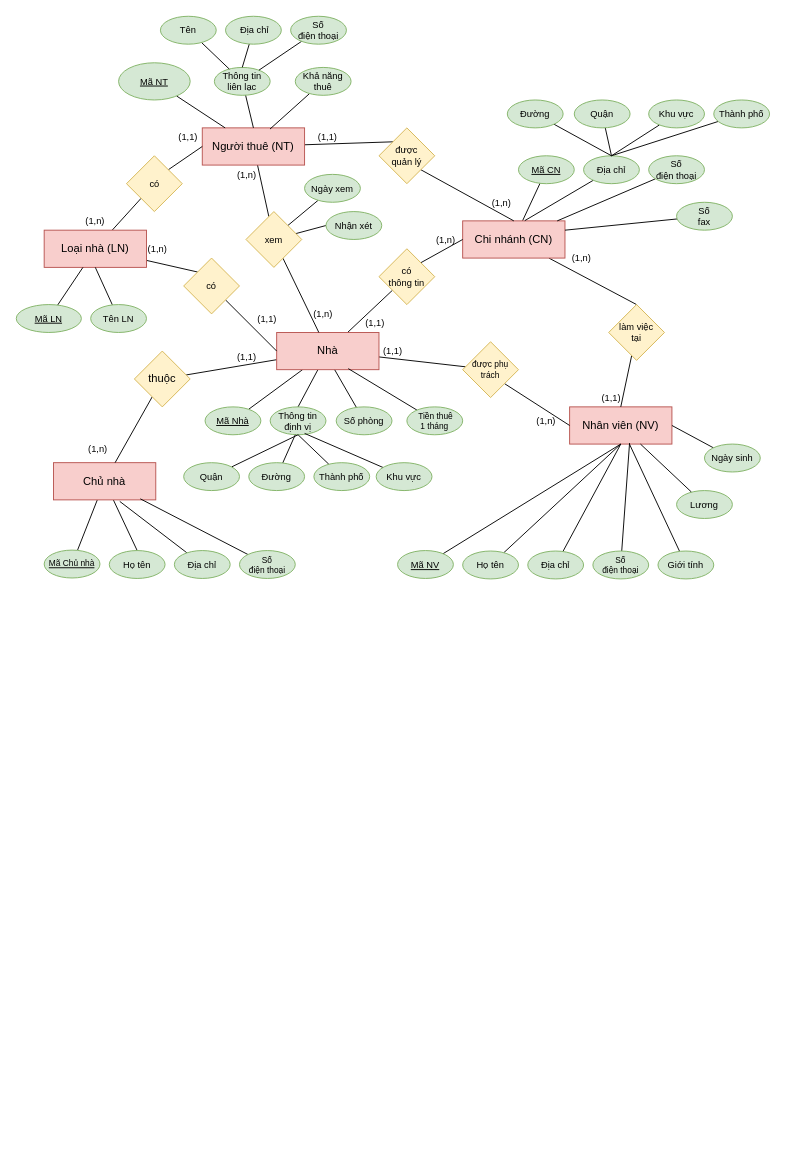
Above: EXERCISES/BTN.drawio in andytino/Documents-Database (draw.io), before the change. Source tidied: cells renumbered, new cells numbered last; positions are measured from the earlier drawing's top-left corner, leaving out a move shared by most shapes. Both pictures are drawn from the tidied source at 93%, with x=0, y=0 at pixel (16, 16).
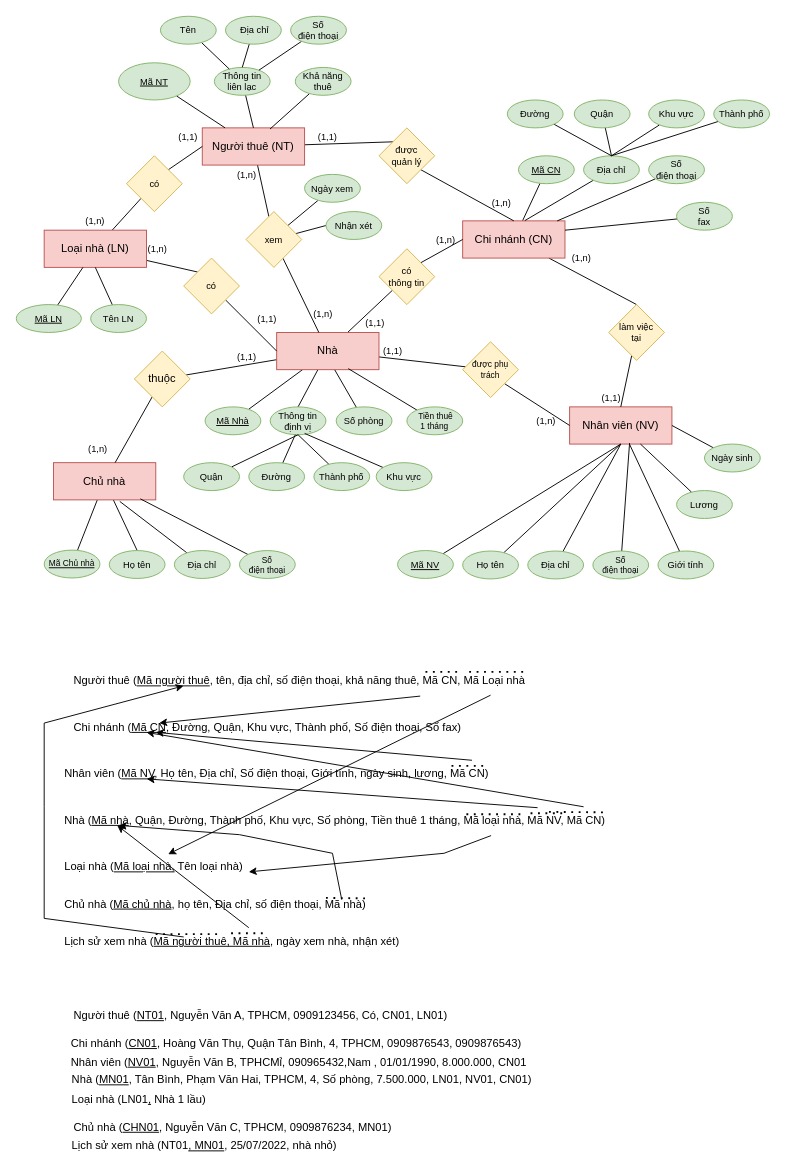
After the change.

Change to the diagram source:
```diff
@@
+    <mxCell id="122" value="Người thuê (&lt;u&gt;Mã người thuê&lt;/u&gt;, tên, địa chỉ, số điện thoại, khả năng thuê, Mã CN, Mã Loại nhà" style="text;html=1;align=left;verticalAlign=middle;points=[];strokeColor=none;fillColor=none;" parent="1" vertex="1">
+      <mxGeometry x="60" y="700" width="510" height="30" as="geometry" />
+    </mxCell>
+    <mxCell id="123" value="Chi nhánh (&lt;u&gt;Mã CN&lt;/u&gt;, Đường, Quận, Khu vực, Thành phố, Số điện thoại, Số fax)" style="text;html=1;align=left;verticalAlign=middle;points=[];strokeColor=none;fillColor=none;" parent="1" vertex="1">
+      <mxGeometry x="60" y="750" width="440" height="30" as="geometry" />
+    </mxCell>
+    <mxCell id="124" value="Nhân viên (&lt;u&gt;Mã NV&lt;/u&gt;, Họ tên, Địa chỉ, Số điện thoại, Giới tính, ngày sinh, lương, Mã CN)" style="text;html=1;align=left;verticalAlign=middle;points=[];strokeColor=none;fillColor=none;" parent="1" vertex="1">
+      <mxGeometry x="50" y="800" width="480" height="30" as="geometry" />
+    </mxCell>
+    <mxCell id="125" value="Nhà (&lt;u&gt;Mã nhà&lt;/u&gt;, Quận, Đường, Thành phố, Khu vực, Số phòng, Tiền thuê 1 tháng, Mã loại nhà, Mã NV, Mã CN)" style="text;html=1;align=left;verticalAlign=middle;points=[];strokeColor=none;fillColor=none;" parent="1" vertex="1">
+      <mxGeometry x="50" y="850" width="610" height="30" as="geometry" />
+    </mxCell>
+    <mxCell id="126" value="Chủ nhà (&lt;u&gt;Mã chủ nhà&lt;/u&gt;, họ tên, Địa chỉ, số điện thoại, Mã nhà)" style="text;html=1;align=left;verticalAlign=middle;strokeColor=none;fillColor=none;" parent="1" vertex="1">
+      <mxGeometry x="50" y="940" width="350" height="30" as="geometry" />
+    </mxCell>
+    <mxCell id="127" value="Loại nhà (&lt;u&gt;Mã loại nhà,&lt;/u&gt; Tên loại nhà)" style="text;html=1;align=left;verticalAlign=middle;points=[];strokeColor=none;fillColor=none;" parent="1" vertex="1">
+      <mxGeometry x="50" y="900" width="220" height="30" as="geometry" />
+    </mxCell>
+    <mxCell id="128" style="endArrow=none;dashed=1;html=1;dashPattern=1 3;strokeWidth=2;rounded=0;entryX=0.942;entryY=0.333;entryDx=0;entryDy=0;entryPerimeter=0;" parent="1" edge="1">
+      <mxGeometry relative="1" as="geometry">
+        <mxPoint x="484" y="858" as="sourcePoint" />
+        <mxPoint x="543.8" y="858" as="targetPoint" />
+      </mxGeometry>
+    </mxCell>
+    <mxCell id="129" style="endArrow=classic;html=1;rounded=0;entryX=0.909;entryY=0.667;entryDx=0;entryDy=0;entryPerimeter=0;exitX=0.755;exitY=1.033;exitDx=0;exitDy=0;exitPerimeter=0;" parent="1" edge="1" source="125" target="127">
+      <mxGeometry relative="1" as="geometry">
+        <Array as="points">
+          <mxPoint x="460" y="900" />
+        </Array>
+      </mxGeometry>
+    </mxCell>
+    <mxCell id="130" style="endArrow=none;dashed=1;html=1;dashPattern=1 3;strokeWidth=2;rounded=0;entryX=0.966;entryY=0.333;entryDx=0;entryDy=0;entryPerimeter=0;" parent="1" edge="1">
+      <mxGeometry relative="1" as="geometry">
+        <mxPoint x="440" y="705" as="sourcePoint" />
+        <mxPoint x="475" y="705" as="targetPoint" />
+      </mxGeometry>
+    </mxCell>
+    <mxCell id="131" style="endArrow=classic;html=1;rounded=0;entryX=0.213;entryY=0.333;entryDx=0;entryDy=0;entryPerimeter=0;exitX=0.734;exitY=1.033;exitDx=0;exitDy=0;exitPerimeter=0;" parent="1" edge="1" source="122" target="123">
+      <mxGeometry relative="1" as="geometry" />
+    </mxCell>
+    <mxCell id="132" style="endArrow=none;dashed=1;html=1;dashPattern=1 3;strokeWidth=2;rounded=0;entryX=0.977;entryY=0.167;entryDx=0;entryDy=0;entryPerimeter=0;" parent="1" edge="1">
+      <mxGeometry relative="1" as="geometry">
+        <mxPoint x="487" y="705" as="sourcePoint" />
+        <mxPoint x="548.3" y="705" as="targetPoint" />
+      </mxGeometry>
+    </mxCell>
+    <mxCell id="133" style="endArrow=classic;html=1;rounded=0;entryX=0.515;entryY=0.033;entryDx=0;entryDy=0;entryPerimeter=0;" parent="1" edge="1" target="127">
+      <mxGeometry relative="1" as="geometry">
+        <mxPoint x="510" y="730" as="sourcePoint" />
+      </mxGeometry>
+    </mxCell>
+    <mxCell id="134" value="Lịch sử xem nhà (&lt;u&gt;Mã người thuê, Mã nhà&lt;/u&gt;, ngày xem nhà, nhận xét)" style="text;html=1;align=left;verticalAlign=middle;strokeColor=none;fillColor=none;" parent="1" vertex="1">
+      <mxGeometry x="50" y="980" width="380" height="30" as="geometry" />
+    </mxCell>
+    <mxCell id="135" style="endArrow=none;dashed=1;html=1;dashPattern=1 3;strokeWidth=2;rounded=0;exitX=0.263;exitY=0.333;exitDx=0;exitDy=0;exitPerimeter=0;entryX=0.447;entryY=0.333;entryDx=0;entryDy=0;entryPerimeter=0;" parent="1" edge="1">
+      <mxGeometry relative="1" as="geometry">
+        <mxPoint x="149.9" y="987" as="sourcePoint" />
+        <mxPoint x="219.9" y="987" as="targetPoint" />
+      </mxGeometry>
+    </mxCell>
+    <mxCell id="136" style="endArrow=classic;html=1;rounded=0;entryX=0.235;entryY=0.667;entryDx=0;entryDy=0;entryPerimeter=0;" parent="1" edge="1" target="122">
+      <mxGeometry relative="1" as="geometry">
+        <mxPoint x="180" y="990" as="sourcePoint" />
+        <Array as="points">
+          <mxPoint x="30" y="970" />
+          <mxPoint x="30" y="850" />
+          <mxPoint x="30" y="760" />
+        </Array>
+      </mxGeometry>
+    </mxCell>
+    <mxCell id="137" style="endArrow=none;dashed=1;html=1;dashPattern=1 3;strokeWidth=2;rounded=0;exitX=0.263;exitY=0.333;exitDx=0;exitDy=0;exitPerimeter=0;" parent="1" edge="1">
+      <mxGeometry relative="1" as="geometry">
+        <mxPoint x="231" y="986" as="sourcePoint" />
+        <mxPoint x="270" y="986" as="targetPoint" />
+      </mxGeometry>
+    </mxCell>
+    <mxCell id="138" style="endArrow=classic;html=1;rounded=0;entryX=0.096;entryY=0.667;entryDx=0;entryDy=0;entryPerimeter=0;" parent="1" edge="1" target="125">
+      <mxGeometry relative="1" as="geometry">
+        <mxPoint x="250" y="980" as="sourcePoint" />
+      </mxGeometry>
+    </mxCell>
+    <mxCell id="139" style="endArrow=none;dashed=1;html=1;dashPattern=1 3;strokeWidth=2;rounded=0;exitX=0.875;exitY=0.333;exitDx=0;exitDy=0;exitPerimeter=0;entryX=0.958;entryY=0.333;entryDx=0;entryDy=0;entryPerimeter=0;" parent="1" edge="1">
+      <mxGeometry relative="1" as="geometry">
+        <mxPoint x="468" y="806" as="sourcePoint" />
+        <mxPoint x="507.8" y="806" as="targetPoint" />
+      </mxGeometry>
+    </mxCell>
+    <mxCell id="140" style="endArrow=classic;html=1;rounded=0;" parent="1" edge="1">
+      <mxGeometry relative="1" as="geometry">
+        <mxPoint x="490" y="800" as="sourcePoint" />
+        <mxPoint x="150" y="770" as="targetPoint" />
+      </mxGeometry>
+    </mxCell>
+    <mxCell id="141" style="endArrow=none;dashed=1;html=1;dashPattern=1 3;strokeWidth=2;rounded=0;" parent="1" edge="1">
+      <mxGeometry relative="1" as="geometry">
+        <mxPoint x="553" y="857" as="sourcePoint" />
+        <mxPoint x="590" y="857" as="targetPoint" />
+      </mxGeometry>
+    </mxCell>
+    <mxCell id="142" style="endArrow=classic;html=1;rounded=0;entryX=0.188;entryY=0.667;entryDx=0;entryDy=0;entryPerimeter=0;exitX=0.837;exitY=0.033;exitDx=0;exitDy=0;exitPerimeter=0;" parent="1" edge="1" source="125" target="124">
+      <mxGeometry relative="1" as="geometry" />
+    </mxCell>
+    <mxCell id="143" style="endArrow=none;dashed=1;html=1;dashPattern=1 3;strokeWidth=2;rounded=0;exitX=0.823;exitY=0.1;exitDx=0;exitDy=0;exitPerimeter=0;entryX=0.943;entryY=0.117;entryDx=0;entryDy=0;entryPerimeter=0;" parent="1" edge="1">
+      <mxGeometry relative="1" as="geometry">
+        <mxPoint x="333" y="948" as="sourcePoint" />
+        <mxPoint x="375" y="948.5" as="targetPoint" />
+      </mxGeometry>
+    </mxCell>
+    <mxCell id="144" style="endArrow=classic;html=1;rounded=0;" parent="1" edge="1">
+      <mxGeometry relative="1" as="geometry">
+        <mxPoint x="350" y="950" as="sourcePoint" />
+        <mxPoint x="110" y="870" as="targetPoint" />
+        <Array as="points">
+          <mxPoint x="340" y="900" />
+          <mxPoint x="240" y="880" />
+        </Array>
+      </mxGeometry>
+    </mxCell>
+    <mxCell id="145" style="endArrow=none;dashed=1;html=1;dashPattern=1 3;strokeWidth=2;rounded=0;entryX=0.959;entryY=0.2;entryDx=0;entryDy=0;entryPerimeter=0;exitX=0.857;exitY=0.183;exitDx=0;exitDy=0;exitPerimeter=0;" parent="1" edge="1" source="125" target="125">
+      <mxGeometry relative="1" as="geometry" />
+    </mxCell>
+    <mxCell id="146" style="endArrow=classic;html=1;rounded=0;" parent="1" edge="1">
+      <mxGeometry relative="1" as="geometry">
+        <mxPoint x="610" y="850" as="sourcePoint" />
+        <mxPoint x="140" y="770" as="targetPoint" />
+      </mxGeometry>
+    </mxCell>
+    <mxCell id="147" value="Người thuê (&lt;u&gt;NT01&lt;/u&gt;, Nguyễn Văn A, TPHCM, 0909123456, Có, CN01, LN01)" style="text;html=1;align=left;verticalAlign=middle;strokeColor=none;fillColor=none;" parent="1" vertex="1">
+      <mxGeometry x="60" y="1060" width="430" height="30" as="geometry" />
+    </mxCell>
+    <mxCell id="148" value="Chi nhánh (&lt;u&gt;CN01&lt;/u&gt;, Hoàng Văn Thụ, Quận Tân Bình, 4, TPHCM, 0909876543, 0909876543)" style="text;html=1;align=left;verticalAlign=middle;strokeColor=none;fillColor=none;" parent="1" vertex="1">
+      <mxGeometry x="57" y="1090" width="510" height="30" as="geometry" />
+    </mxCell>
+    <mxCell id="149" value="Nhân viên (&lt;u&gt;NV01&lt;/u&gt;, Nguyễn Văn B, TPHCMỉ, 090965432,Nam , 01/01/1990, 8.000.000, CN01" style="text;html=1;align=left;verticalAlign=middle;strokeColor=none;fillColor=none;" parent="1" vertex="1">
+      <mxGeometry x="57" y="1110" width="510" height="30" as="geometry" />
+    </mxCell>
+    <mxCell id="150" value="Nhà (&lt;u&gt;MN01&lt;/u&gt;, Tân Bình, Phạm Văn Hai, TPHCM, 4, Số phòng, 7.500.000, LN01, NV01, CN01)" style="text;html=1;align=left;verticalAlign=middle;strokeColor=none;fillColor=none;" parent="1" vertex="1">
+      <mxGeometry x="58" y="1129" width="520" height="30" as="geometry" />
+    </mxCell>
+    <mxCell id="151" value="Loại nhà (LN01&lt;u&gt;,&lt;/u&gt;&amp;nbsp;Nhà 1 lầu)" style="text;html=1;align=left;verticalAlign=middle;strokeColor=none;fillColor=none;" parent="1" vertex="1">
+      <mxGeometry x="58" y="1150" width="170" height="30" as="geometry" />
+    </mxCell>
+    <mxCell id="152" value="Chủ nhà (&lt;u&gt;CHN01&lt;/u&gt;, Nguyễn Văn C, TPHCM, 0909876234, MN01)" style="text;html=1;align=left;verticalAlign=middle;strokeColor=none;fillColor=none;" parent="1" vertex="1">
+      <mxGeometry x="60" y="1180" width="370" height="30" as="geometry" />
+    </mxCell>
+    <mxCell id="153" value="Lịch sử xem nhà (NT01&lt;u&gt;, MN01&lt;/u&gt;, 25/07/2022, nhà nhỏ)" style="text;html=1;align=left;verticalAlign=middle;strokeColor=none;fillColor=none;" parent="1" vertex="1">
+      <mxGeometry x="58" y="1200" width="310" height="30" as="geometry" />
+    </mxCell>
```
